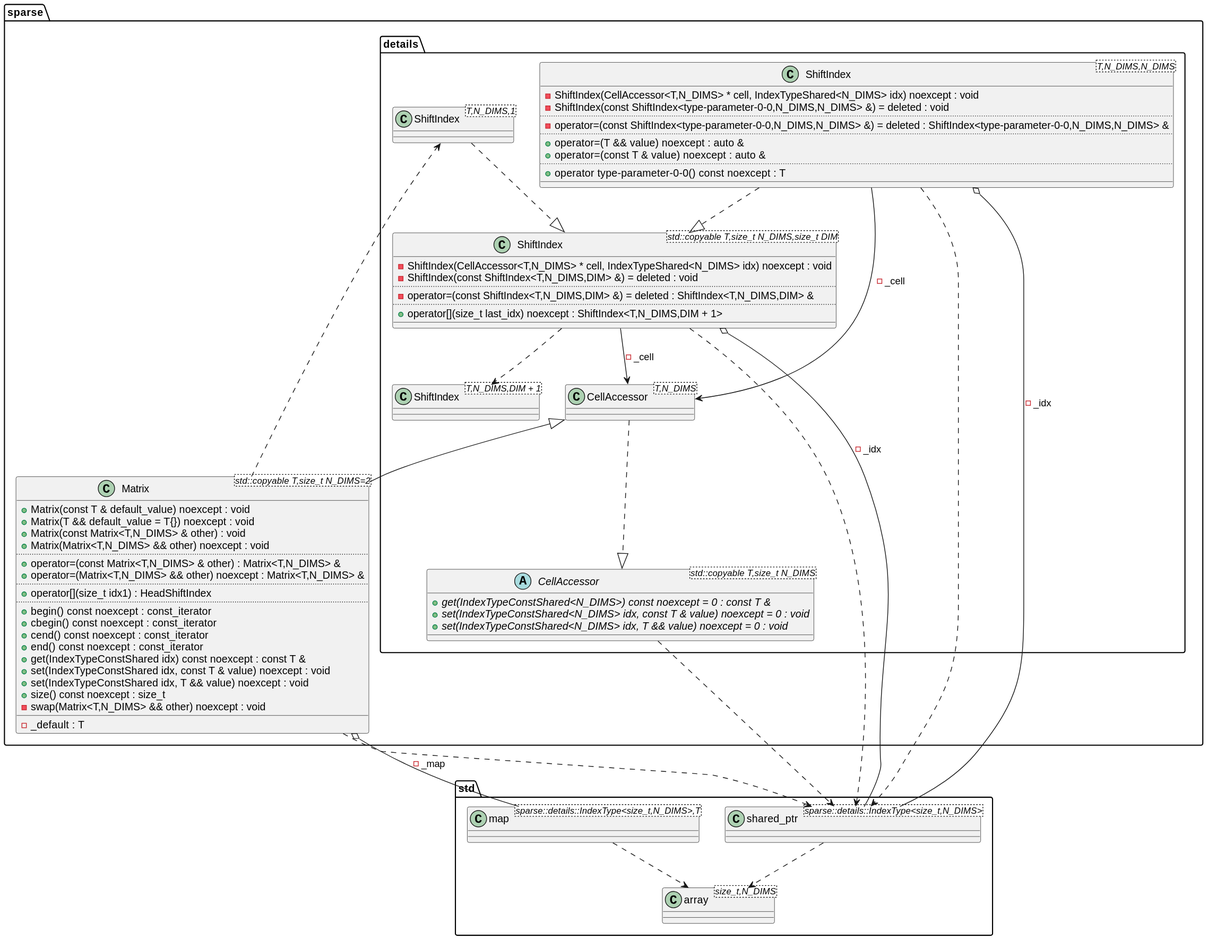
Above: puml/class_diagram.svg in nj-eka/sparse_matrix (PlantUML), before the change.
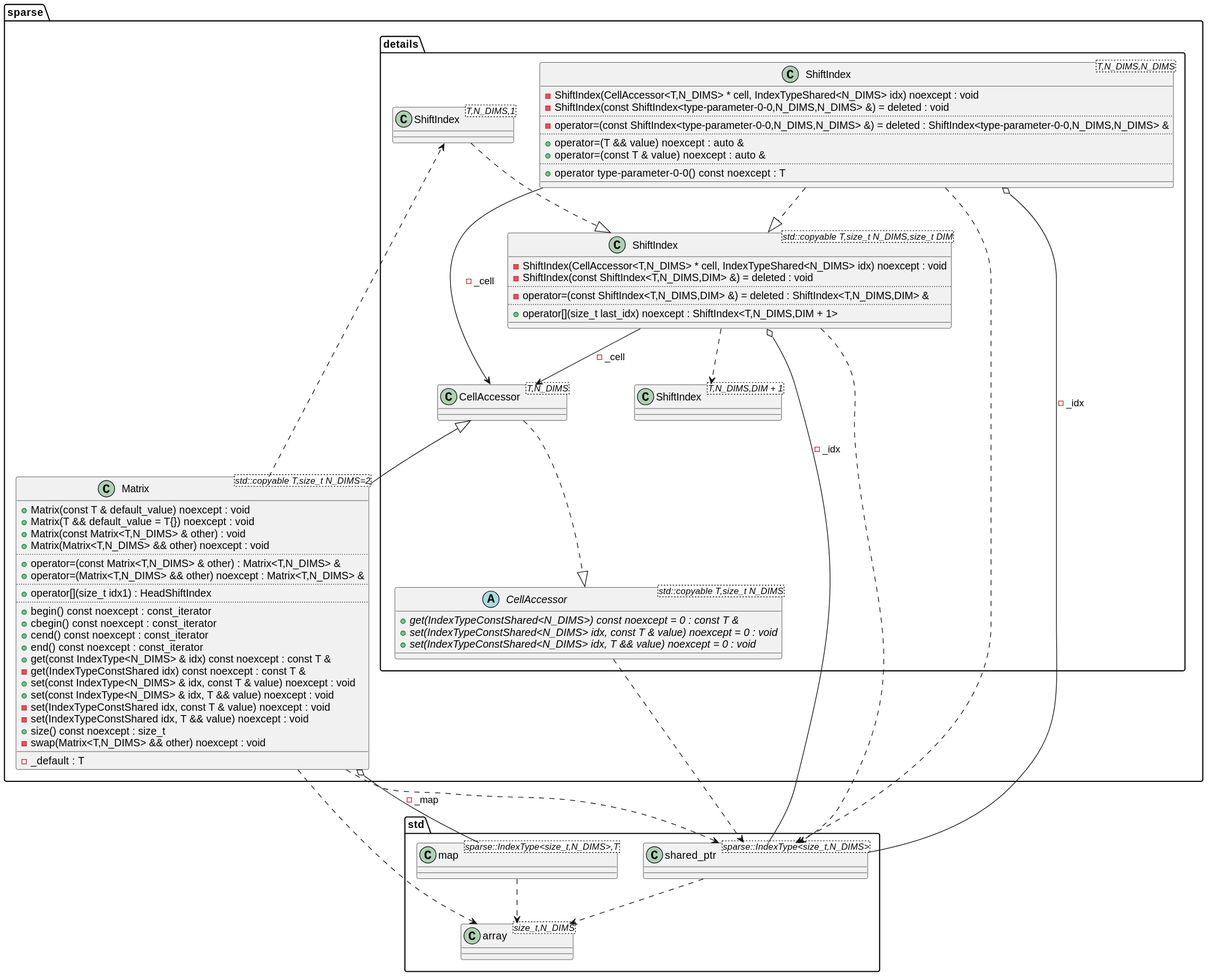
The same diagram one commit later.

The edit, as a diff of the source:
```diff
@@ -4,12 +4,12 @@
 class C_0001633597064224137669 {
 __
 }
-class "shared_ptr<sparse::details::IndexType<size_t,N_DIMS>>" as C_0001136170508500136644
-class C_0001136170508500136644 {
+class "shared_ptr<sparse::IndexType<size_t,N_DIMS>>" as C_0001683511292311520799
+class C_0001683511292311520799 {
 __
 }
-class "map<sparse::details::IndexType<size_t,N_DIMS>,T>" as C_0002101388404201062680
-class C_0002101388404201062680 {
+class "map<sparse::IndexType<size_t,N_DIMS>,T>" as C_0000502470561154437918
+class C_0000502470561154437918 {
 __
 }
 }
@@ -74,31 +74,35 @@
 +cbegin() const noexcept : const_iterator
 +cend() const noexcept : const_iterator
 +end() const noexcept : const_iterator
-+get(IndexTypeConstShared idx) const noexcept : const T &
-+set(IndexTypeConstShared idx, const T & value) noexcept : void
-+set(IndexTypeConstShared idx, T && value) noexcept : void
++get(const IndexType<N_DIMS> & idx) const noexcept : const T &
+-get(IndexTypeConstShared idx) const noexcept : const T &
++set(const IndexType<N_DIMS> & idx, const T & value) noexcept : void
++set(const IndexType<N_DIMS> & idx, T && value) noexcept : void
+-set(IndexTypeConstShared idx, const T & value) noexcept : void
+-set(IndexTypeConstShared idx, T && value) noexcept : void
 +size() const noexcept : size_t
 -swap(Matrix<T,N_DIMS> && other) noexcept : void
 __
 -_default : T
 }
 }
-C_0001136170508500136644 ..> C_0001633597064224137669
-C_0002101388404201062680 ..> C_0001633597064224137669
-C_0002212443975218405385 ..> C_0001136170508500136644
+C_0001683511292311520799 ..> C_0001633597064224137669
+C_0000502470561154437918 ..> C_0001633597064224137669
+C_0002212443975218405385 ..> C_0001683511292311520799
 C_0000419081589640496338 ..|> C_0002212443975218405385
-C_0000136384432202654581 ..> C_0001136170508500136644
+C_0000136384432202654581 ..> C_0001683511292311520799
 C_0000136384432202654581 ..> C_0001533754875598207010
 C_0000136384432202654581 --> C_0000419081589640496338 : -_cell
-C_0000136384432202654581 o-- C_0001136170508500136644 : -_idx
-C_0002263803576604671280 ..> C_0001136170508500136644
+C_0000136384432202654581 o-- C_0001683511292311520799 : -_idx
+C_0002263803576604671280 ..> C_0001683511292311520799
 C_0002263803576604671280 --> C_0000419081589640496338 : -_cell
-C_0002263803576604671280 o-- C_0001136170508500136644 : -_idx
+C_0002263803576604671280 o-- C_0001683511292311520799 : -_idx
 C_0002263803576604671280 ..|> C_0000136384432202654581
 C_0000755254241326504162 ..|> C_0000136384432202654581
-C_0000163967524215595475 ..> C_0001136170508500136644
 C_0000163967524215595475 ..> C_0000755254241326504162
-C_0000163967524215595475 o-- C_0002101388404201062680 : -_map
+C_0000163967524215595475 ..> C_0001633597064224137669
+C_0000163967524215595475 ..> C_0001683511292311520799
+C_0000163967524215595475 o-- C_0000502470561154437918 : -_map
 C_0000419081589640496338 <|-- C_0000163967524215595475
 
 @enduml
```
